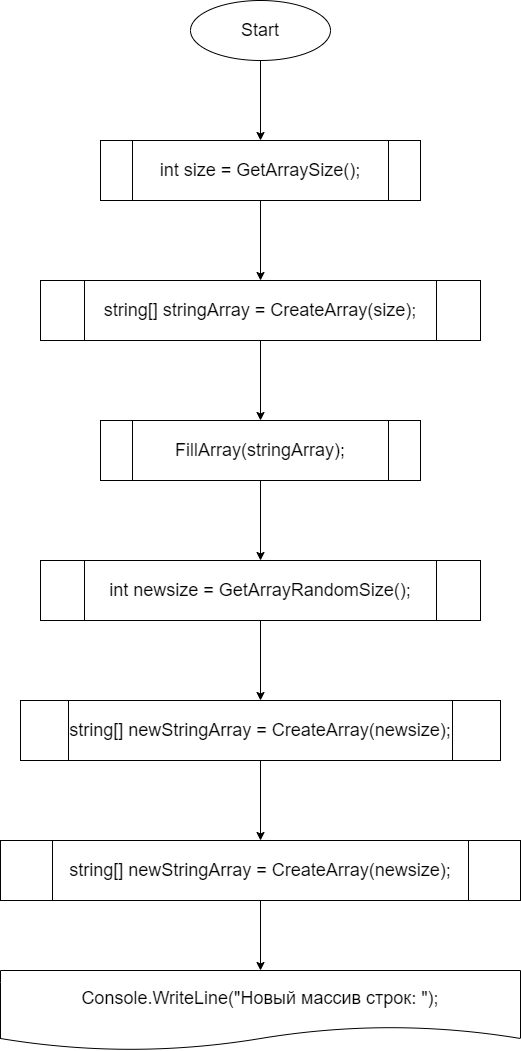
This is Ex01/block.drawio.png from ShrimpyKate/BlockResults, a draw.io export, as it was before one commit. Source tidied: cells renumbered, new cells last; positions are measured from the earlier drawing's top-left corner, leaving out a move shared by most shapes.
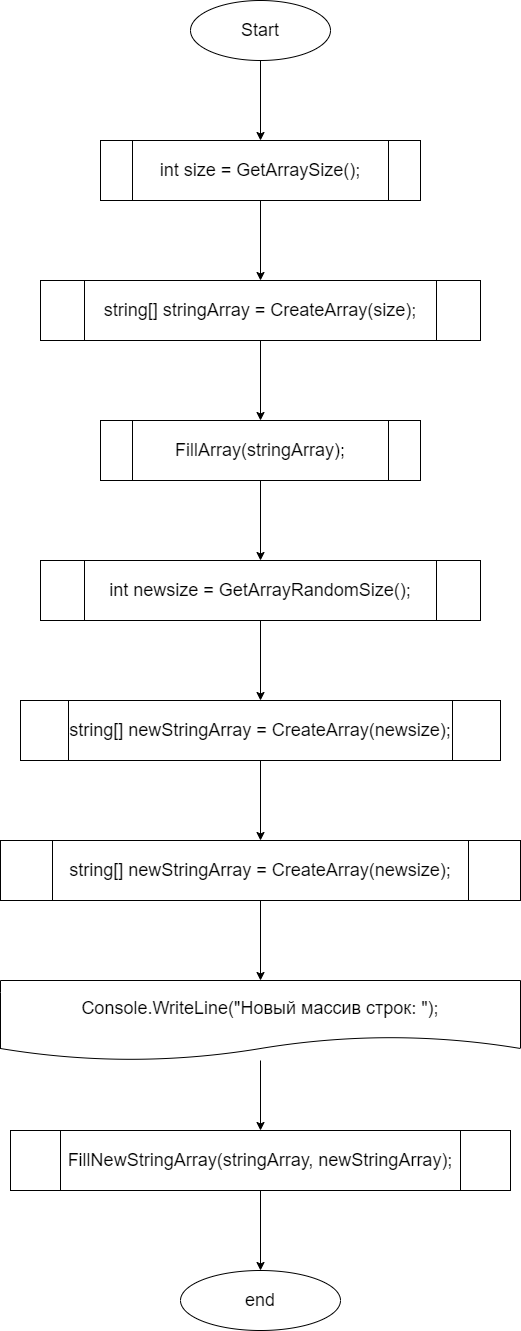
The same file after the commit.

The edit, as a diff of the source:
```diff
@@ -44,8 +44,20 @@
     <mxCell id="15" value="&lt;font style=&quot;font-size: 18px;&quot;&gt;string[] newStringArray = CreateArray(newsize);&lt;/font&gt;" style="shape=process;whiteSpace=wrap;html=1;backgroundOutline=1;" parent="1" vertex="1">
       <mxGeometry y="840" width="520" height="60" as="geometry" />
     </mxCell>
+    <mxCell id="17" style="edgeStyle=none;html=1;fontSize=18;" parent="1" edge="1" source="16" target="19">
+      <mxGeometry relative="1" as="geometry" />
+    </mxCell>
     <mxCell id="16" value="&lt;font style=&quot;font-size: 18px;&quot;&gt;Console.WriteLine(&quot;Новый массив строк: &quot;);&lt;/font&gt;" style="shape=document;whiteSpace=wrap;html=1;boundedLbl=1;" parent="1" vertex="1">
-      <mxGeometry y="970" width="520" height="80" as="geometry" />
+      <mxGeometry y="980" width="520" height="80" as="geometry" />
     </mxCell>
+    <mxCell id="18" style="edgeStyle=none;html=1;fontSize=18;" parent="1" edge="1" source="19" target="20">
+      <mxGeometry relative="1" as="geometry" />
+    </mxCell>
+    <mxCell id="19" value="&lt;font style=&quot;font-size: 18px;&quot;&gt;FillNewStringArray(stringArray, newStringArray);&lt;/font&gt;" style="shape=process;whiteSpace=wrap;html=1;backgroundOutline=1;" parent="1" vertex="1">
+      <mxGeometry x="10" y="1130" width="500" height="60" as="geometry" />
+    </mxCell>
+    <mxCell id="20" value="&lt;font style=&quot;font-size: 18px;&quot;&gt;end&lt;/font&gt;" style="ellipse;whiteSpace=wrap;html=1;" parent="1" vertex="1">
+      <mxGeometry x="180" y="1270" width="160" height="60" as="geometry" />
+    </mxCell>
   </root>
 </mxGraphModel>
```
